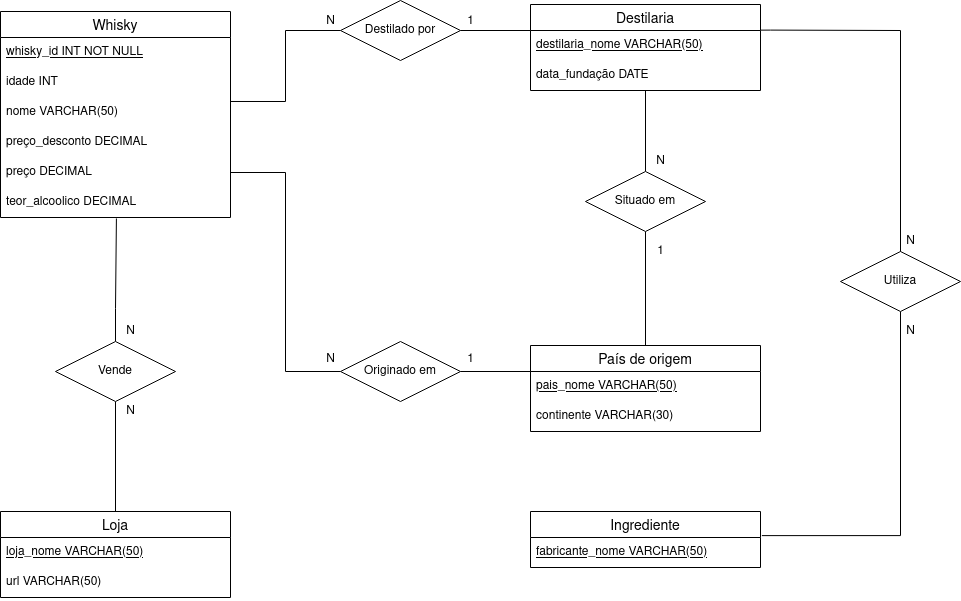
felipedallmann/Trabalho_Banco_de_Dados keeps this draw.io diagram as diagrama-ER.png. Above is the earlier version. Source tidied: cells renumbered, new cells last; positions are measured from the earlier drawing's top-left corner, leaving out a move shared by most shapes.
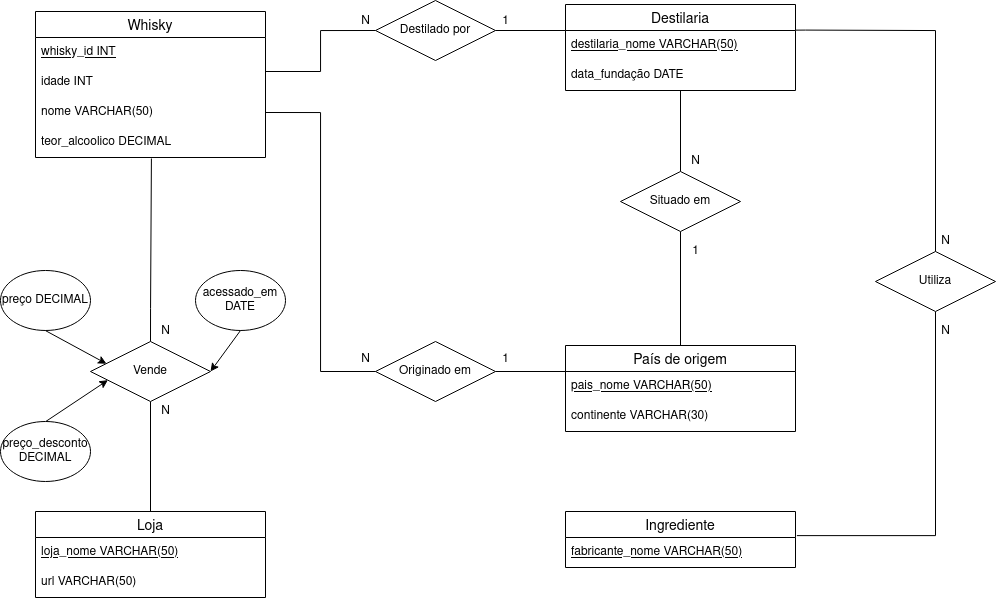
Later version of the same file.

Commit message:
Armazenar preços e data na relação 'vende'.

Parte de #4.

Diff of the diagram source:
```diff
@@ -3,9 +3,9 @@
     <mxCell id="0" />
     <mxCell id="1" parent="0" />
     <mxCell id="2" value="Whisky" style="swimlane;fontStyle=0;horizontal=1;startSize=26;align=center;fontSize=14;" parent="1" vertex="1">
-      <mxGeometry y="11" width="230" height="206" as="geometry" />
+      <mxGeometry y="11" width="230" height="146" as="geometry" />
     </mxCell>
-    <mxCell id="3" value="whisky_id INT NOT NULL" style="text;strokeColor=none;fillColor=none;spacingLeft=4;spacingRight=4;overflow=hidden;fontSize=12;fontStyle=4;" parent="2" vertex="1">
+    <mxCell id="3" value="whisky_id INT" style="text;strokeColor=none;fillColor=none;spacingLeft=4;spacingRight=4;overflow=hidden;fontSize=12;fontStyle=4;" parent="2" vertex="1">
       <mxGeometry y="26" width="230" height="30" as="geometry" />
     </mxCell>
     <mxCell id="4" value="idade INT" style="text;strokeColor=none;fillColor=none;spacingLeft=4;spacingRight=4;overflow=hidden;fontSize=12;" parent="2" vertex="1">
@@ -14,14 +14,8 @@
     <mxCell id="5" value="nome VARCHAR(50)" style="text;strokeColor=none;fillColor=none;spacingLeft=4;spacingRight=4;overflow=hidden;points=[[0,0.5],[1,0.5]];portConstraint=eastwest;fontSize=12;" parent="2" vertex="1">
       <mxGeometry y="86" width="230" height="30" as="geometry" />
     </mxCell>
-    <mxCell id="6" value="preço_desconto DECIMAL" style="text;strokeColor=none;fillColor=none;spacingLeft=4;spacingRight=4;overflow=hidden;fontSize=12;" parent="2" vertex="1">
-      <mxGeometry y="116" width="230" height="30" as="geometry" />
-    </mxCell>
-    <mxCell id="7" value="preço DECIMAL" style="text;strokeColor=none;fillColor=none;spacingLeft=4;spacingRight=4;overflow=hidden;points=[[0,0.5],[1,0.5]];portConstraint=eastwest;fontSize=12;" parent="2" vertex="1">
-      <mxGeometry y="146" width="230" height="30" as="geometry" />
-    </mxCell>
     <mxCell id="8" value="teor_alcoolico DECIMAL" style="text;strokeColor=none;fillColor=none;spacingLeft=4;spacingRight=4;overflow=hidden;points=[[0,0.5],[1,0.5]];portConstraint=eastwest;fontSize=12;" parent="2" vertex="1">
-      <mxGeometry y="176" width="230" height="30" as="geometry" />
+      <mxGeometry y="116" width="230" height="30" as="geometry" />
     </mxCell>
     <mxCell id="9" value="Destilaria" style="swimlane;fontStyle=0;horizontal=1;startSize=26;align=center;fontSize=14;" parent="1" vertex="1">
       <mxGeometry x="530" y="4" width="230" height="86" as="geometry" />
@@ -41,8 +35,15 @@
     <mxCell id="14" value="continente VARCHAR(30)" style="text;strokeColor=none;fillColor=none;spacingLeft=4;spacingRight=4;overflow=hidden;fontSize=12;fontStyle=0;" parent="12" vertex="1">
       <mxGeometry y="56" width="230" height="30" as="geometry" />
     </mxCell>
-    <mxCell id="15" style="edgeStyle=orthogonalEdgeStyle;rounded=0;jettySize=auto;html=1;exitX=0;exitY=0.5;exitDx=0;exitDy=0;entryX=1;entryY=0.133;entryDx=0;entryDy=0;entryPerimeter=0;endArrow=none;endFill=0;" parent="1" edge="1" source="17" target="5">
-      <mxGeometry relative="1" as="geometry" />
+    <mxCell id="15" style="edgeStyle=orthogonalEdgeStyle;rounded=0;jettySize=auto;html=1;exitX=0;exitY=0.5;exitDx=0;exitDy=0;endArrow=none;endFill=0;" parent="1" edge="1" source="17">
+      <mxGeometry relative="1" as="geometry">
+        <mxPoint x="230" y="71" as="targetPoint" />
+        <Array as="points">
+          <mxPoint x="285" y="30" />
+          <mxPoint x="285" y="71" />
+          <mxPoint x="230" y="71" />
+        </Array>
+      </mxGeometry>
     </mxCell>
     <mxCell id="16" style="rounded=0;jettySize=auto;html=1;exitX=1;exitY=0.5;exitDx=0;exitDy=0;endArrow=none;endFill=0;" parent="1" edge="1" source="17">
       <mxGeometry relative="1" as="geometry">
@@ -99,8 +100,13 @@
     <mxCell id="30" value="Originado em" style="shape=rhombus;perimeter=rhombusPerimeter;whiteSpace=wrap;html=1;align=center;" parent="1" vertex="1">
       <mxGeometry x="340" y="341" width="120" height="60" as="geometry" />
     </mxCell>
-    <mxCell id="31" style="edgeStyle=orthogonalEdgeStyle;rounded=0;jettySize=auto;html=1;entryX=0;entryY=0.5;entryDx=0;entryDy=0;endArrow=none;endFill=0;" parent="1" edge="1" source="7" target="30">
-      <mxGeometry relative="1" as="geometry" />
+    <mxCell id="31" style="edgeStyle=orthogonalEdgeStyle;rounded=0;jettySize=auto;html=1;entryX=0;entryY=0.5;entryDx=0;entryDy=0;endArrow=none;endFill=0;exitX=1;exitY=0.5;exitDx=0;exitDy=0;" parent="1" edge="1" source="5" target="30">
+      <mxGeometry relative="1" as="geometry">
+        <Array as="points">
+          <mxPoint x="285" y="112" />
+          <mxPoint x="285" y="371" />
+        </Array>
+      </mxGeometry>
     </mxCell>
     <mxCell id="32" style="edgeStyle=orthogonalEdgeStyle;rounded=0;jettySize=auto;html=1;entryX=1.006;entryY=-0.063;entryDx=0;entryDy=0;entryPerimeter=0;endArrow=none;endFill=0;" parent="1" edge="1" source="33" target="28">
       <mxGeometry relative="1" as="geometry" />
@@ -148,5 +154,27 @@
     <mxCell id="44" value="N" style="text;html=1;align=center;verticalAlign=middle;strokeColor=none;fillColor=none;" parent="1" vertex="1">
       <mxGeometry x="900" y="321" width="20" height="20" as="geometry" />
     </mxCell>
+    <mxCell id="45" style="rounded=0;jettySize=auto;html=1;entryX=0.145;entryY=0.644;entryDx=0;entryDy=0;entryPerimeter=0;exitX=0.469;exitY=-0.002;exitDx=0;exitDy=0;exitPerimeter=0;" parent="1" edge="1" target="26">
+      <mxGeometry relative="1" as="geometry">
+        <mxPoint x="10.4" y="420.9" as="sourcePoint" />
+      </mxGeometry>
+    </mxCell>
+    <mxCell id="46" style="rounded=0;jettySize=auto;html=1;entryX=0.133;entryY=0.37;entryDx=0;entryDy=0;entryPerimeter=0;exitX=0.449;exitY=1.002;exitDx=0;exitDy=0;exitPerimeter=0;" parent="1" edge="1" target="26">
+      <mxGeometry relative="1" as="geometry">
+        <mxPoint x="9.9" y="330.1" as="sourcePoint" />
+      </mxGeometry>
+    </mxCell>
+    <mxCell id="6" value="preço_desconto DECIMAL" style="ellipse;whiteSpace=wrap;html=1;rounded=1;strokeColor=default;fillColor=none;" parent="1" vertex="1">
+      <mxGeometry x="-35" y="421" width="90" height="60" as="geometry" />
+    </mxCell>
+    <mxCell id="7" value="preço DECIMAL" style="ellipse;whiteSpace=wrap;html=1;rounded=1;strokeColor=default;fillColor=none;" parent="1" vertex="1">
+      <mxGeometry x="-35" y="270" width="90" height="60" as="geometry" />
+    </mxCell>
+    <mxCell id="47" style="edgeStyle=none;rounded=0;jettySize=auto;html=1;exitX=0.5;exitY=1;exitDx=0;exitDy=0;entryX=1;entryY=0.5;entryDx=0;entryDy=0;" parent="1" edge="1" source="48" target="26">
+      <mxGeometry relative="1" as="geometry" />
+    </mxCell>
+    <mxCell id="48" value="acessado_em DATE" style="ellipse;whiteSpace=wrap;html=1;rounded=1;strokeColor=default;fillColor=none;" parent="1" vertex="1">
+      <mxGeometry x="160" y="270" width="90" height="60" as="geometry" />
+    </mxCell>
   </root>
 </mxGraphModel>
```
